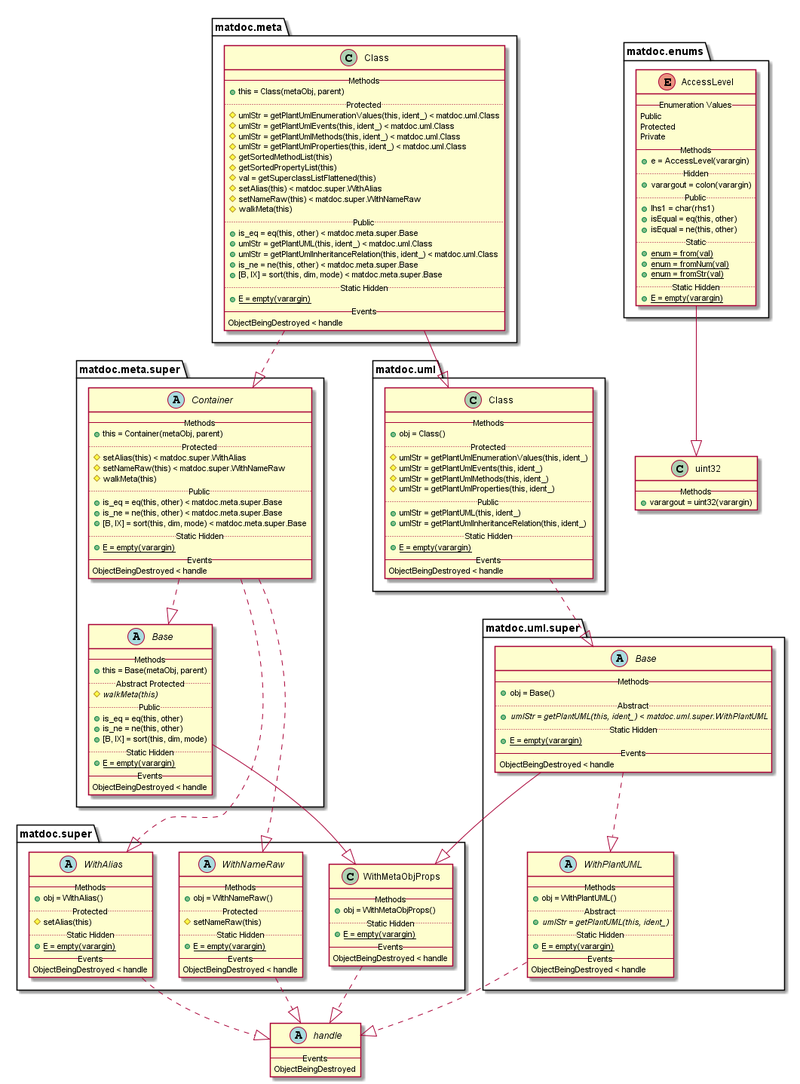
Above: doc/uml-examples/export-class-HideProperties-true.png in flxdot/matdoc (PlantUML), before the change.
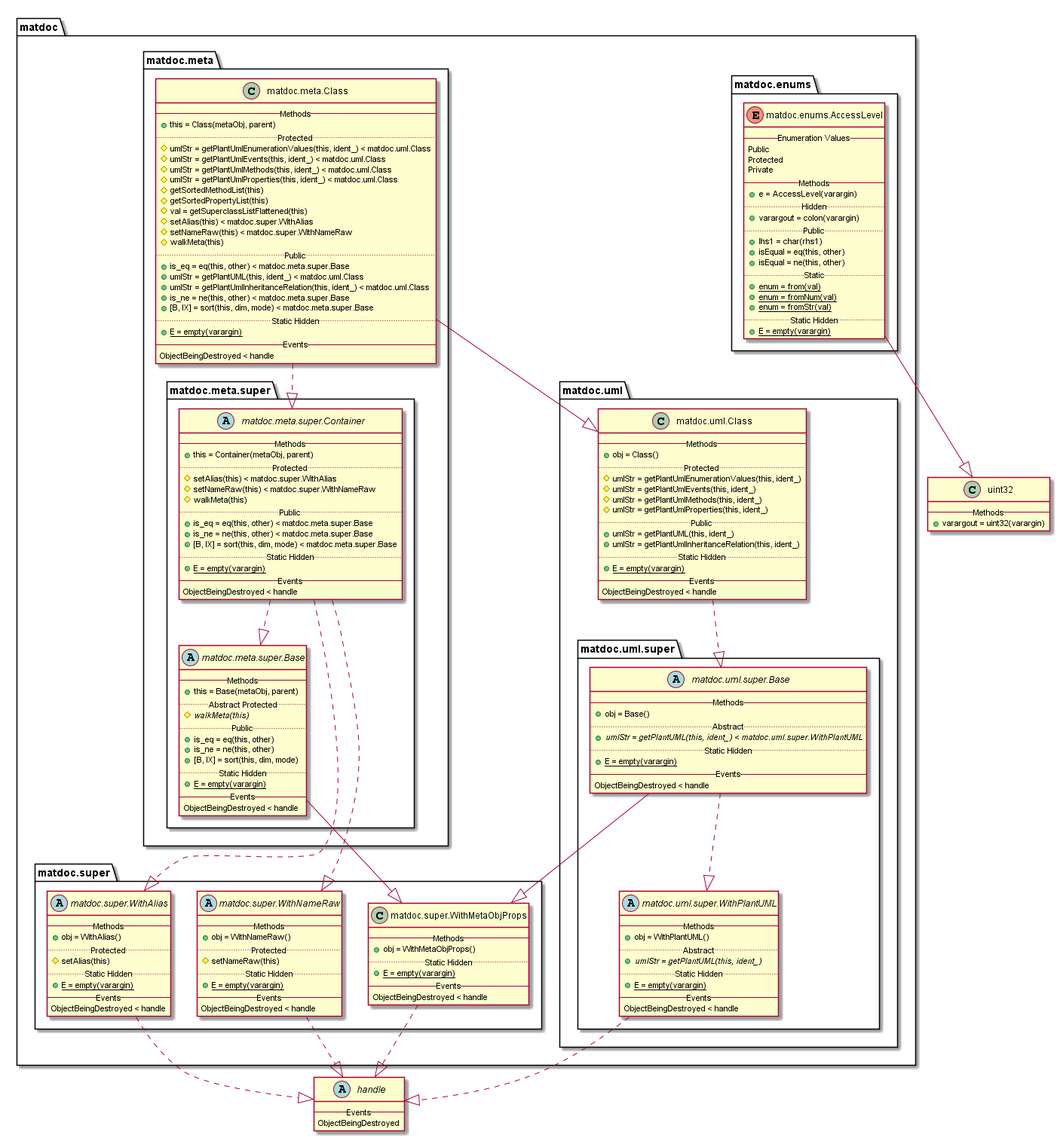
After the commit.

Diff of the diagram source:
```diff
@@ -1,162 +1,192 @@
 @startuml
+
+set namespaceSeparator none
 
 abstract class handle {
    -- Events --
    ObjectBeingDestroyed
 }
 
-enum matdoc.enums.AccessLevel {
-   -- Enumeration Values --
-   Public
-   Protected
-   Private
-   -- Methods --
-   {method} + e = AccessLevel(varargin)
-   .. Hidden ..
-   {method} + varargout = colon(varargin)
-   .. Public ..
-   {method} + lhs1 = char(rhs1)
-   {method} + isEqual = eq(this, other)
-   {method} + isEqual = ne(this, other)
-   .. Static ..
-   {method} {static} + enum = from(val)
-   {method} {static} + enum = fromNum(val)
-   {method} {static} + enum = fromStr(val)
-   .. Static Hidden ..
-   {method} {static} + E = empty(varargin)
-}
-
-class matdoc.meta.Class {
-   -- Methods --
-   {method} + this = Class(metaObj, parent)
-   .. Protected ..
-   {method} # umlStr = getPlantUmlEnumerationValues(this, ident_) < matdoc.uml.Class
-   {method} # umlStr = getPlantUmlEvents(this, ident_) < matdoc.uml.Class
-   {method} # umlStr = getPlantUmlMethods(this, ident_) < matdoc.uml.Class
-   {method} # umlStr = getPlantUmlProperties(this, ident_) < matdoc.uml.Class
-   {method} # getSortedMethodList(this)
-   {method} # getSortedPropertyList(this)
-   {method} # val = getSuperclassListFlattened(this)
-   {method} # setAlias(this) < matdoc.super.WithAlias
-   {method} # setNameRaw(this) < matdoc.super.WithNameRaw
-   {method} # walkMeta(this)
-   .. Public ..
-   {method} + is_eq = eq(this, other) < matdoc.meta.super.Base
-   {method} + umlStr = getPlantUML(this, ident_) < matdoc.uml.Class
-   {method} + umlStr = getPlantUmlInheritanceRelation(this, ident_) < matdoc.uml.Class
-   {method} + is_ne = ne(this, other) < matdoc.meta.super.Base
-   {method} + [B, IX] = sort(this, dim, mode) < matdoc.meta.super.Base
-   .. Static Hidden ..
-   {method} {static} + E = empty(varargin)
-   -- Events --
-   ObjectBeingDestroyed < handle
-}
-
-abstract class matdoc.meta.super.Base {
-   -- Methods --
-   {method} + this = Base(metaObj, parent)
-   .. Abstract Protected ..
-   {method} {abstract} # walkMeta(this)
-   .. Public ..
-   {method} + is_eq = eq(this, other)
-   {method} + is_ne = ne(this, other)
-   {method} + [B, IX] = sort(this, dim, mode)
-   .. Static Hidden ..
-   {method} {static} + E = empty(varargin)
-   -- Events --
-   ObjectBeingDestroyed < handle
-}
-
-abstract class matdoc.meta.super.Container {
-   -- Methods --
-   {method} + this = Container(metaObj, parent)
-   .. Protected ..
-   {method} # setAlias(this) < matdoc.super.WithAlias
-   {method} # setNameRaw(this) < matdoc.super.WithNameRaw
-   {method} # walkMeta(this)
-   .. Public ..
-   {method} + is_eq = eq(this, other) < matdoc.meta.super.Base
-   {method} + is_ne = ne(this, other) < matdoc.meta.super.Base
-   {method} + [B, IX] = sort(this, dim, mode) < matdoc.meta.super.Base
-   .. Static Hidden ..
-   {method} {static} + E = empty(varargin)
-   -- Events --
-   ObjectBeingDestroyed < handle
-}
-
-abstract class matdoc.super.WithAlias {
-   -- Methods --
-   {method} + obj = WithAlias()
-   .. Protected ..
-   {method} # setAlias(this)
-   .. Static Hidden ..
-   {method} {static} + E = empty(varargin)
-   -- Events --
-   ObjectBeingDestroyed < handle
-}
-
-class matdoc.super.WithMetaObjProps {
-   -- Methods --
-   {method} + obj = WithMetaObjProps()
-   .. Static Hidden ..
-   {method} {static} + E = empty(varargin)
-   -- Events --
-   ObjectBeingDestroyed < handle
-}
-
-abstract class matdoc.super.WithNameRaw {
-   -- Methods --
-   {method} + obj = WithNameRaw()
-   .. Protected ..
-   {method} # setNameRaw(this)
-   .. Static Hidden ..
-   {method} {static} + E = empty(varargin)
-   -- Events --
-   ObjectBeingDestroyed < handle
-}
-
-class matdoc.uml.Class {
-   -- Methods --
-   {method} + obj = Class()
-   .. Protected ..
-   {method} # umlStr = getPlantUmlEnumerationValues(this, ident_)
-   {method} # umlStr = getPlantUmlEvents(this, ident_)
-   {method} # umlStr = getPlantUmlMethods(this, ident_)
-   {method} # umlStr = getPlantUmlProperties(this, ident_)
-   .. Public ..
-   {method} + umlStr = getPlantUML(this, ident_)
-   {method} + umlStr = getPlantUmlInheritanceRelation(this, ident_)
-   .. Static Hidden ..
-   {method} {static} + E = empty(varargin)
-   -- Events --
-   ObjectBeingDestroyed < handle
-}
-
-abstract class matdoc.uml.super.Base {
-   -- Methods --
-   {method} + obj = Base()
-   .. Abstract ..
-   {method} {abstract} + umlStr = getPlantUML(this, ident_) < matdoc.uml.super.WithPlantUML
-   .. Static Hidden ..
-   {method} {static} + E = empty(varargin)
-   -- Events --
-   ObjectBeingDestroyed < handle
-}
-
-abstract class matdoc.uml.super.WithPlantUML {
-   -- Methods --
-   {method} + obj = WithPlantUML()
-   .. Abstract ..
-   {method} {abstract} + umlStr = getPlantUML(this, ident_)
-   .. Static Hidden ..
-   {method} {static} + E = empty(varargin)
-   -- Events --
-   ObjectBeingDestroyed < handle
-}
-
 class uint32 {
    -- Methods --
    {method} + varargout = uint32(varargin)
+}
+
+package matdoc {
+
+   package matdoc.enums {
+
+      enum matdoc.enums.AccessLevel {
+         -- Enumeration Values --
+         Public
+         Protected
+         Private
+         -- Methods --
+         {method} + e = AccessLevel(varargin)
+         .. Hidden ..
+         {method} + varargout = colon(varargin)
+         .. Public ..
+         {method} + lhs1 = char(rhs1)
+         {method} + isEqual = eq(this, other)
+         {method} + isEqual = ne(this, other)
+         .. Static ..
+         {method} {static} + enum = from(val)
+         {method} {static} + enum = fromNum(val)
+         {method} {static} + enum = fromStr(val)
+         .. Static Hidden ..
+         {method} {static} + E = empty(varargin)
+      }
+
+   }
+
+   package matdoc.meta {
+
+      class matdoc.meta.Class {
+         -- Methods --
+         {method} + this = Class(metaObj, parent)
+         .. Protected ..
+         {method} # umlStr = getPlantUmlEnumerationValues(this, ident_) < matdoc.uml.Class
+         {method} # umlStr = getPlantUmlEvents(this, ident_) < matdoc.uml.Class
+         {method} # umlStr = getPlantUmlMethods(this, ident_) < matdoc.uml.Class
+         {method} # umlStr = getPlantUmlProperties(this, ident_) < matdoc.uml.Class
+         {method} # getSortedMethodList(this)
+         {method} # getSortedPropertyList(this)
+         {method} # val = getSuperclassListFlattened(this)
+         {method} # setAlias(this) < matdoc.super.WithAlias
+         {method} # setNameRaw(this) < matdoc.super.WithNameRaw
+         {method} # walkMeta(this)
+         .. Public ..
+         {method} + is_eq = eq(this, other) < matdoc.meta.super.Base
+         {method} + umlStr = getPlantUML(this, ident_) < matdoc.uml.Class
+         {method} + umlStr = getPlantUmlInheritanceRelation(this, ident_) < matdoc.uml.Class
+         {method} + is_ne = ne(this, other) < matdoc.meta.super.Base
+         {method} + [B, IX] = sort(this, dim, mode) < matdoc.meta.super.Base
+         .. Static Hidden ..
+         {method} {static} + E = empty(varargin)
+         -- Events --
+         ObjectBeingDestroyed < handle
+      }
+
+      package matdoc.meta.super {
+
+         abstract class matdoc.meta.super.Base {
+            -- Methods --
+            {method} + this = Base(metaObj, parent)
+            .. Abstract Protected ..
+            {method} {abstract} # walkMeta(this)
+            .. Public ..
+            {method} + is_eq = eq(this, other)
+            {method} + is_ne = ne(this, other)
+            {method} + [B, IX] = sort(this, dim, mode)
+            .. Static Hidden ..
+            {method} {static} + E = empty(varargin)
+            -- Events --
+            ObjectBeingDestroyed < handle
+         }
+
+         abstract class matdoc.meta.super.Container {
+            -- Methods --
+            {method} + this = Container(metaObj, parent)
+            .. Protected ..
+            {method} # setAlias(this) < matdoc.super.WithAlias
+            {method} # setNameRaw(this) < matdoc.super.WithNameRaw
+            {method} # walkMeta(this)
+            .. Public ..
+            {method} + is_eq = eq(this, other) < matdoc.meta.super.Base
+            {method} + is_ne = ne(this, other) < matdoc.meta.super.Base
+            {method} + [B, IX] = sort(this, dim, mode) < matdoc.meta.super.Base
+            .. Static Hidden ..
+            {method} {static} + E = empty(varargin)
+            -- Events --
+            ObjectBeingDestroyed < handle
+         }
+
+      }
+
+   }
+
+   package matdoc.super {
+
+      abstract class matdoc.super.WithAlias {
+         -- Methods --
+         {method} + obj = WithAlias()
+         .. Protected ..
+         {method} # setAlias(this)
+         .. Static Hidden ..
+         {method} {static} + E = empty(varargin)
+         -- Events --
+         ObjectBeingDestroyed < handle
+      }
+
+      class matdoc.super.WithMetaObjProps {
+         -- Methods --
+         {method} + obj = WithMetaObjProps()
+         .. Static Hidden ..
+         {method} {static} + E = empty(varargin)
+         -- Events --
+         ObjectBeingDestroyed < handle
+      }
+
+      abstract class matdoc.super.WithNameRaw {
+         -- Methods --
+         {method} + obj = WithNameRaw()
+         .. Protected ..
+         {method} # setNameRaw(this)
+         .. Static Hidden ..
+         {method} {static} + E = empty(varargin)
+         -- Events --
+         ObjectBeingDestroyed < handle
+      }
+
+   }
+
+   package matdoc.uml {
+
+      class matdoc.uml.Class {
+         -- Methods --
+         {method} + obj = Class()
+         .. Protected ..
+         {method} # umlStr = getPlantUmlEnumerationValues(this, ident_)
+         {method} # umlStr = getPlantUmlEvents(this, ident_)
+         {method} # umlStr = getPlantUmlMethods(this, ident_)
+         {method} # umlStr = getPlantUmlProperties(this, ident_)
+         .. Public ..
+         {method} + umlStr = getPlantUML(this, ident_)
+         {method} + umlStr = getPlantUmlInheritanceRelation(this, ident_)
+         .. Static Hidden ..
+         {method} {static} + E = empty(varargin)
+         -- Events --
+         ObjectBeingDestroyed < handle
+      }
+
+      package matdoc.uml.super {
+
+         abstract class matdoc.uml.super.Base {
+            -- Methods --
+            {method} + obj = Base()
+            .. Abstract ..
+            {method} {abstract} + umlStr = getPlantUML(this, ident_) < matdoc.uml.super.WithPlantUML
+            .. Static Hidden ..
+            {method} {static} + E = empty(varargin)
+            -- Events --
+            ObjectBeingDestroyed < handle
+         }
+
+         abstract class matdoc.uml.super.WithPlantUML {
+            -- Methods --
+            {method} + obj = WithPlantUML()
+            .. Abstract ..
+            {method} {abstract} + umlStr = getPlantUML(this, ident_)
+            .. Static Hidden ..
+            {method} {static} + E = empty(varargin)
+            -- Events --
+            ObjectBeingDestroyed < handle
+         }
+
+      }
+
+   }
+
 }
 
 
@@ -175,5 +205,4 @@
 matdoc.uml.super.Base ..|> matdoc.uml.super.WithPlantUML
 matdoc.uml.super.WithPlantUML ..|> handle
 
-
 @enduml
```
